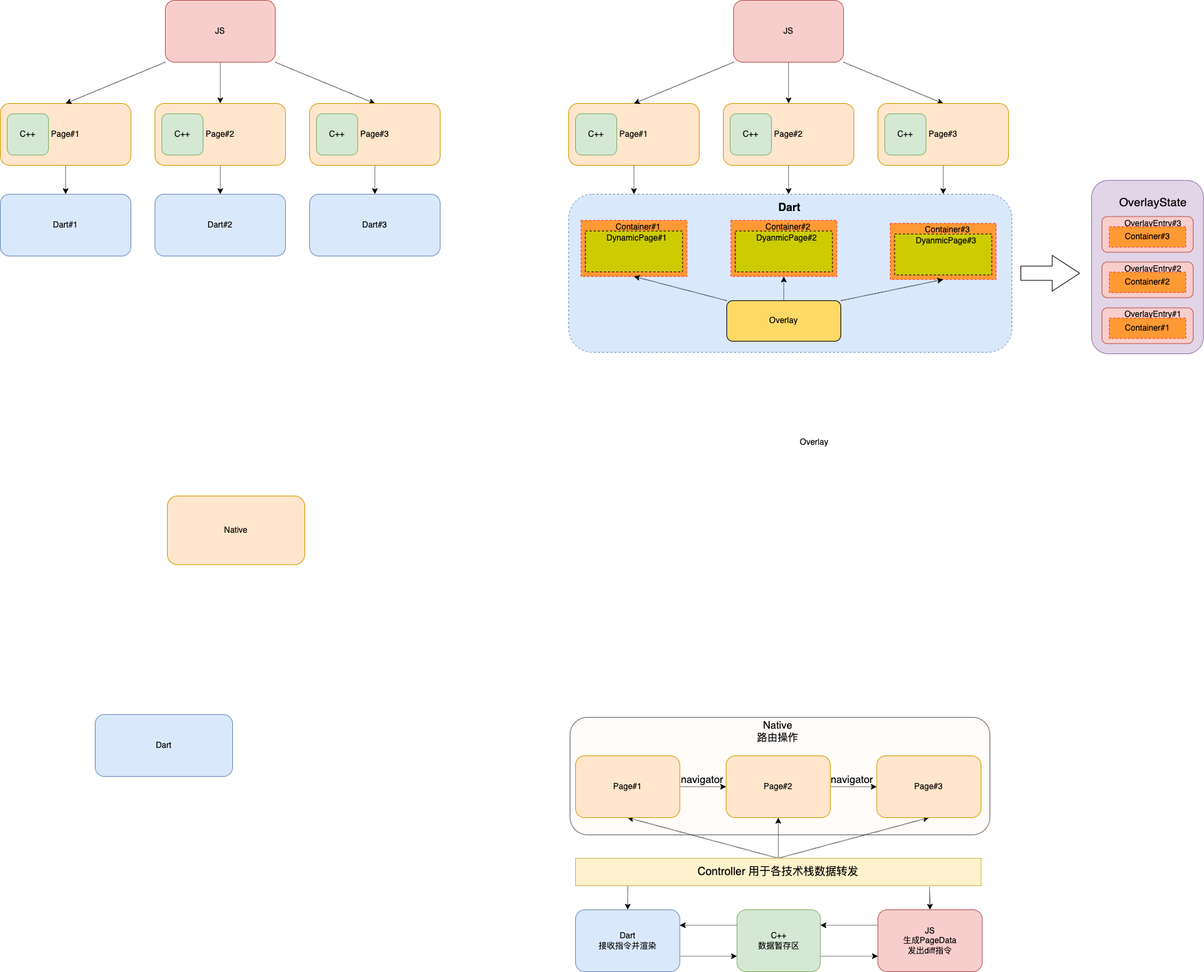
This is flutter/thresh 新架构.png from JD-Tang/flutter_uml, a draw.io export, as it was before one commit. Source tidied: cells renumbered, new cells last; positions are measured from the earlier drawing's top-left corner, leaving out a move shared by most shapes.
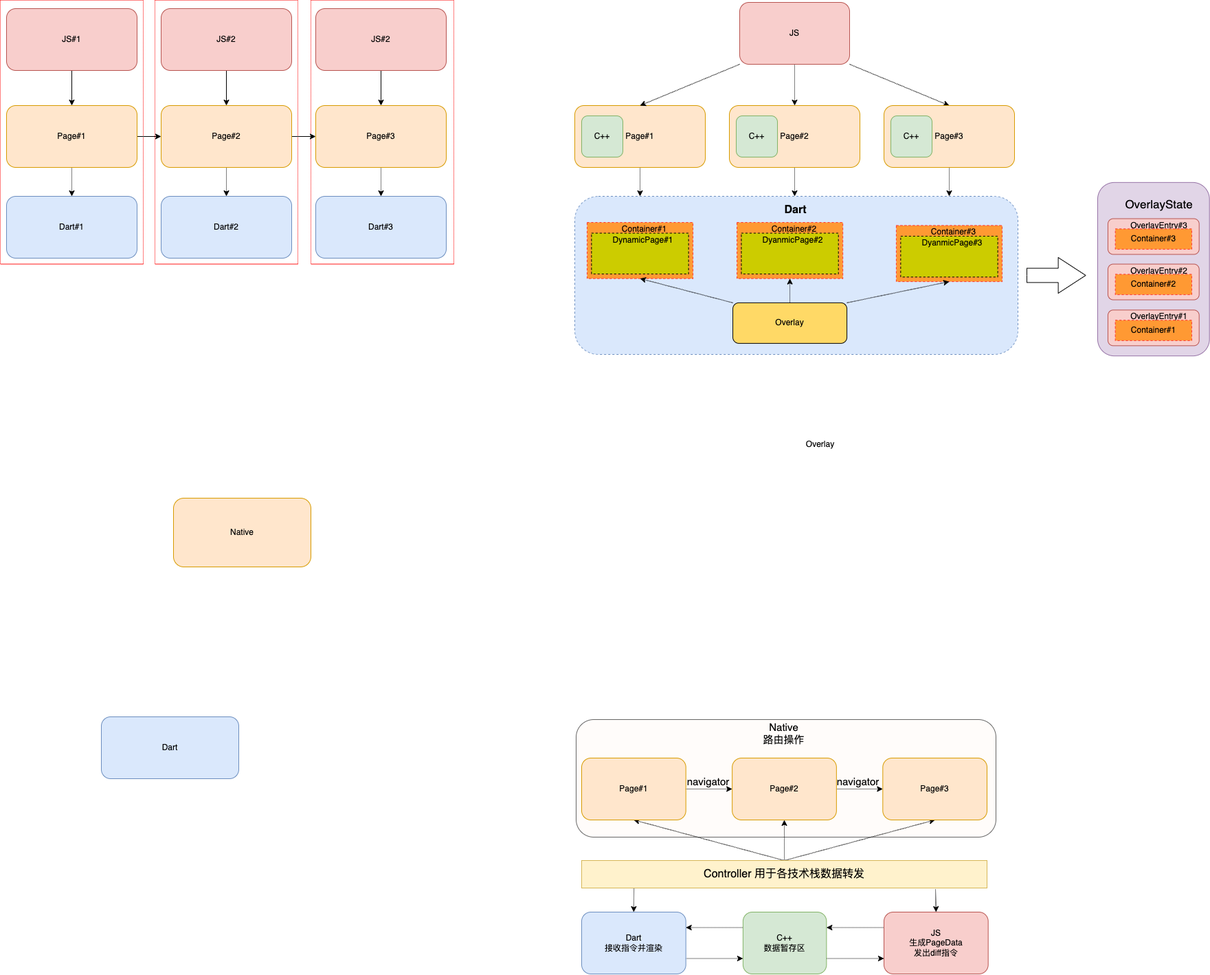
Later version of the same file.

Commit message:
更新thresh 新架构.png

The edit, as a diff of the source:
```diff
@@ -2,33 +2,30 @@
   <root>
     <mxCell id="0" />
     <mxCell id="1" parent="0" />
+    <mxCell id="86" style="rounded=0;whiteSpace=wrap;html=1;dashed=1;strokeColor=#FF0000;dashPattern=1 1;" parent="1" vertex="1">
+      <mxGeometry x="443" y="-3.4" width="208" height="384" as="geometry" />
+    </mxCell>
+    <mxCell id="87" style="rounded=0;whiteSpace=wrap;html=1;dashed=1;strokeColor=#FF0000;dashPattern=1 1;" parent="1" vertex="1">
+      <mxGeometry x="216" y="-3.4" width="208" height="384" as="geometry" />
+    </mxCell>
+    <mxCell id="88" style="rounded=0;whiteSpace=wrap;html=1;dashed=1;strokeColor=#FF0000;dashPattern=1 1;" parent="1" vertex="1">
+      <mxGeometry x="-9" y="-3.4" width="208" height="384" as="geometry" />
+    </mxCell>
     <mxCell id="2" style="rounded=1;whiteSpace=wrap;html=1;fontSize=15;strokeColor=#666666;fillColor=#FFFCFA;fontColor=#333333;" parent="1" vertex="1">
       <mxGeometry x="829" y="1043" width="611" height="171" as="geometry" />
     </mxCell>
     <mxCell id="3" style="edgeStyle=none;rounded=0;jettySize=auto;html=1;exitX=0.5;exitY=1;exitDx=0;exitDy=0;entryX=0.5;entryY=0;entryDx=0;entryDy=0;dashed=1;dashPattern=1 1;" parent="1" edge="1" source="4" target="5">
       <mxGeometry relative="1" as="geometry" />
     </mxCell>
+    <mxCell id="89" style="edgeStyle=orthogonalEdgeStyle;rounded=0;jettySize=auto;html=1;exitX=1;exitY=0.5;exitDx=0;exitDy=0;entryX=0;entryY=0.5;entryDx=0;entryDy=0;" parent="1" edge="1" source="4" target="16">
+      <mxGeometry relative="1" as="geometry" />
+    </mxCell>
     <mxCell id="4" value="Page#1" style="rounded=1;whiteSpace=wrap;html=1;fillColor=#ffe6cc;strokeColor=#d79b00;" parent="1" vertex="1">
       <mxGeometry y="150" width="190" height="90" as="geometry" />
     </mxCell>
     <mxCell id="5" value="Dart#1" style="rounded=1;whiteSpace=wrap;html=1;fillColor=#dae8fc;strokeColor=#6c8ebf;" parent="1" vertex="1">
       <mxGeometry y="282" width="190" height="90" as="geometry" />
     </mxCell>
-    <mxCell id="6" style="edgeStyle=none;rounded=0;jettySize=auto;html=1;exitX=0;exitY=1;exitDx=0;exitDy=0;entryX=0.5;entryY=0;entryDx=0;entryDy=0;dashed=1;dashPattern=1 1;" parent="1" edge="1" source="9" target="4">
-      <mxGeometry relative="1" as="geometry" />
-    </mxCell>
-    <mxCell id="7" style="edgeStyle=none;rounded=0;jettySize=auto;html=1;exitX=0.5;exitY=1;exitDx=0;exitDy=0;dashed=1;dashPattern=1 1;" parent="1" edge="1" source="9" target="16">
-      <mxGeometry relative="1" as="geometry" />
-    </mxCell>
-    <mxCell id="8" style="edgeStyle=none;rounded=0;jettySize=auto;html=1;exitX=1;exitY=1;exitDx=0;exitDy=0;entryX=0.5;entryY=0;entryDx=0;entryDy=0;dashed=1;dashPattern=1 1;" parent="1" edge="1" source="9" target="19">
-      <mxGeometry relative="1" as="geometry" />
-    </mxCell>
-    <mxCell id="9" value="JS" style="rounded=1;whiteSpace=wrap;html=1;fillColor=#f8cecc;strokeColor=#b85450;" parent="1" vertex="1">
-      <mxGeometry x="240" width="160" height="90" as="geometry" />
-    </mxCell>
-    <mxCell id="10" value="C++" style="rounded=1;whiteSpace=wrap;html=1;fillColor=#d5e8d4;strokeColor=#82b366;" parent="1" vertex="1">
-      <mxGeometry x="10" y="165" width="60" height="60" as="geometry" />
-    </mxCell>
     <mxCell id="11" value="Native" style="rounded=1;whiteSpace=wrap;html=1;fillColor=#ffe6cc;strokeColor=#d79b00;" parent="1" vertex="1">
       <mxGeometry x="243" y="721" width="200" height="100" as="geometry" />
     </mxCell>
@@ -44,6 +41,9 @@
     <mxCell id="15" style="edgeStyle=none;rounded=0;jettySize=auto;html=1;exitX=0.5;exitY=1;exitDx=0;exitDy=0;entryX=0.5;entryY=0;entryDx=0;entryDy=0;dashed=1;dashPattern=1 1;" parent="1" edge="1" source="16" target="17">
       <mxGeometry relative="1" as="geometry" />
     </mxCell>
+    <mxCell id="90" style="edgeStyle=orthogonalEdgeStyle;rounded=0;jettySize=auto;html=1;exitX=1;exitY=0.5;exitDx=0;exitDy=0;entryX=0;entryY=0.5;entryDx=0;entryDy=0;" parent="1" edge="1" source="16" target="19">
+      <mxGeometry relative="1" as="geometry" />
+    </mxCell>
     <mxCell id="16" value="Page#2" style="rounded=1;whiteSpace=wrap;html=1;fillColor=#ffe6cc;strokeColor=#d79b00;" parent="1" vertex="1">
       <mxGeometry x="225" y="150" width="190" height="90" as="geometry" />
     </mxCell>
@@ -59,12 +59,6 @@
     <mxCell id="20" value="Dart#3" style="rounded=1;whiteSpace=wrap;html=1;fillColor=#dae8fc;strokeColor=#6c8ebf;" parent="1" vertex="1">
       <mxGeometry x="450" y="282" width="190" height="90" as="geometry" />
     </mxCell>
-    <mxCell id="21" value="C++" style="rounded=1;whiteSpace=wrap;html=1;fillColor=#d5e8d4;strokeColor=#82b366;" parent="1" vertex="1">
-      <mxGeometry x="235" y="165" width="60" height="60" as="geometry" />
-    </mxCell>
-    <mxCell id="22" value="C++" style="rounded=1;whiteSpace=wrap;html=1;fillColor=#d5e8d4;strokeColor=#82b366;" parent="1" vertex="1">
-      <mxGeometry x="460" y="165" width="60" height="60" as="geometry" />
-    </mxCell>
     <mxCell id="23" style="edgeStyle=none;rounded=0;jettySize=auto;html=1;exitX=0.5;exitY=1;exitDx=0;exitDy=0;entryX=0.5;entryY=0;entryDx=0;entryDy=0;dashed=1;dashPattern=1 1;" parent="1" edge="1" source="24">
       <mxGeometry relative="1" as="geometry">
         <mxPoint x="922" y="282" as="targetPoint" />
@@ -262,5 +256,23 @@
     <mxCell id="85" value="Native&lt;br&gt;路由操作" style="text;html=1;align=center;verticalAlign=middle;strokeColor=none;fillColor=none;fontSize=15;" parent="1" vertex="1">
       <mxGeometry x="1096" y="1043" width="70" height="40" as="geometry" />
     </mxCell>
+    <mxCell id="91" style="edgeStyle=orthogonalEdgeStyle;rounded=0;jettySize=auto;html=1;exitX=0.5;exitY=1;exitDx=0;exitDy=0;entryX=0.5;entryY=0;entryDx=0;entryDy=0;" parent="1" edge="1" source="92" target="4">
+      <mxGeometry relative="1" as="geometry" />
+    </mxCell>
+    <mxCell id="92" value="JS#1" style="rounded=1;whiteSpace=wrap;html=1;fillColor=#f8cecc;strokeColor=#b85450;" parent="1" vertex="1">
+      <mxGeometry y="9" width="190" height="90" as="geometry" />
+    </mxCell>
+    <mxCell id="93" style="edgeStyle=orthogonalEdgeStyle;rounded=0;jettySize=auto;html=1;exitX=0.5;exitY=1;exitDx=0;exitDy=0;" parent="1" edge="1" source="94" target="16">
+      <mxGeometry relative="1" as="geometry" />
+    </mxCell>
+    <mxCell id="94" value="JS#2" style="rounded=1;whiteSpace=wrap;html=1;fillColor=#f8cecc;strokeColor=#b85450;" parent="1" vertex="1">
+      <mxGeometry x="225" y="9" width="190" height="90" as="geometry" />
+    </mxCell>
+    <mxCell id="95" style="edgeStyle=orthogonalEdgeStyle;rounded=0;jettySize=auto;html=1;exitX=0.5;exitY=1;exitDx=0;exitDy=0;entryX=0.5;entryY=0;entryDx=0;entryDy=0;" parent="1" edge="1" source="96" target="19">
+      <mxGeometry relative="1" as="geometry" />
+    </mxCell>
+    <mxCell id="96" value="JS#2" style="rounded=1;whiteSpace=wrap;html=1;fillColor=#f8cecc;strokeColor=#b85450;" parent="1" vertex="1">
+      <mxGeometry x="450" y="9" width="190" height="90" as="geometry" />
+    </mxCell>
   </root>
 </mxGraphModel>
```
